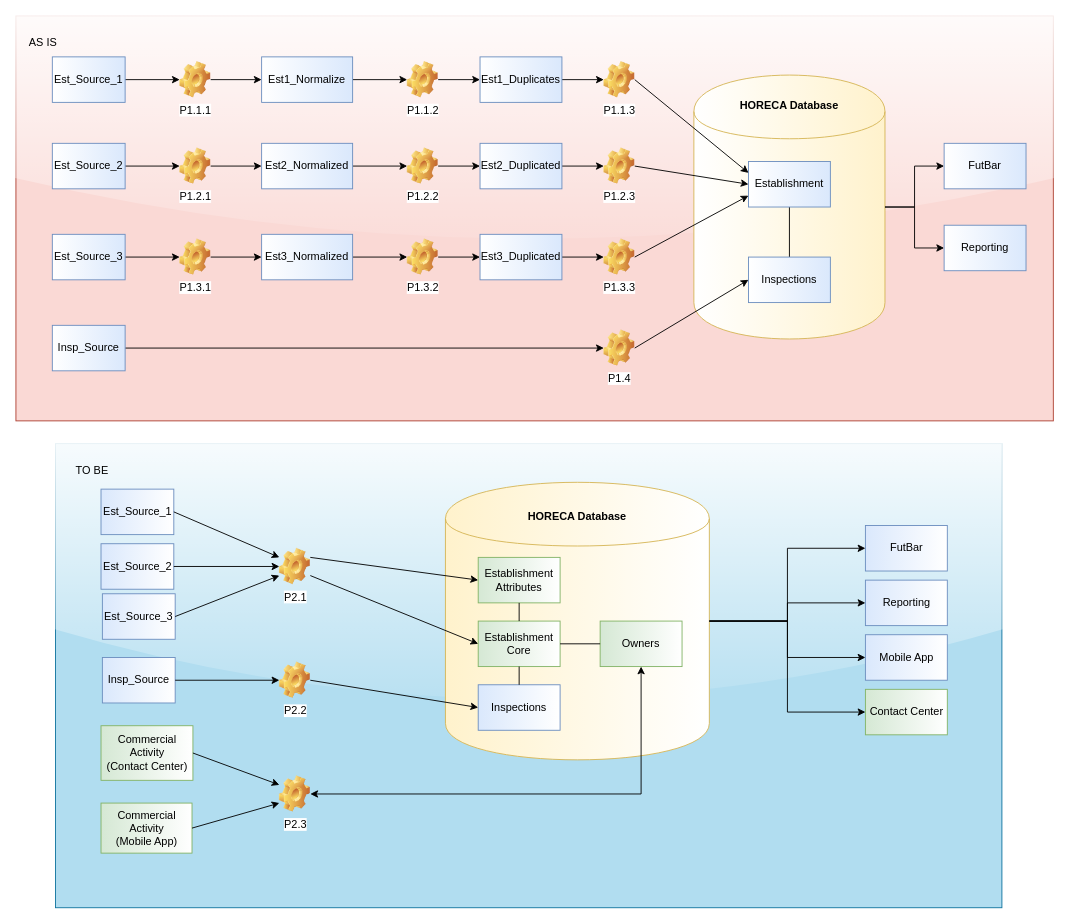
Above: draw.io/LaLiga/HORECA_Data_Flux.drawio in icuefue/draw.io (draw.io), before the change. Source tidied: cells renumbered, new cells numbered last; positions are measured from the earlier drawing's top-left corner, leaving out a move shared by most shapes. Both pictures are drawn from the tidied source at 91%, with x=0, y=0 at pixel (15, 15).
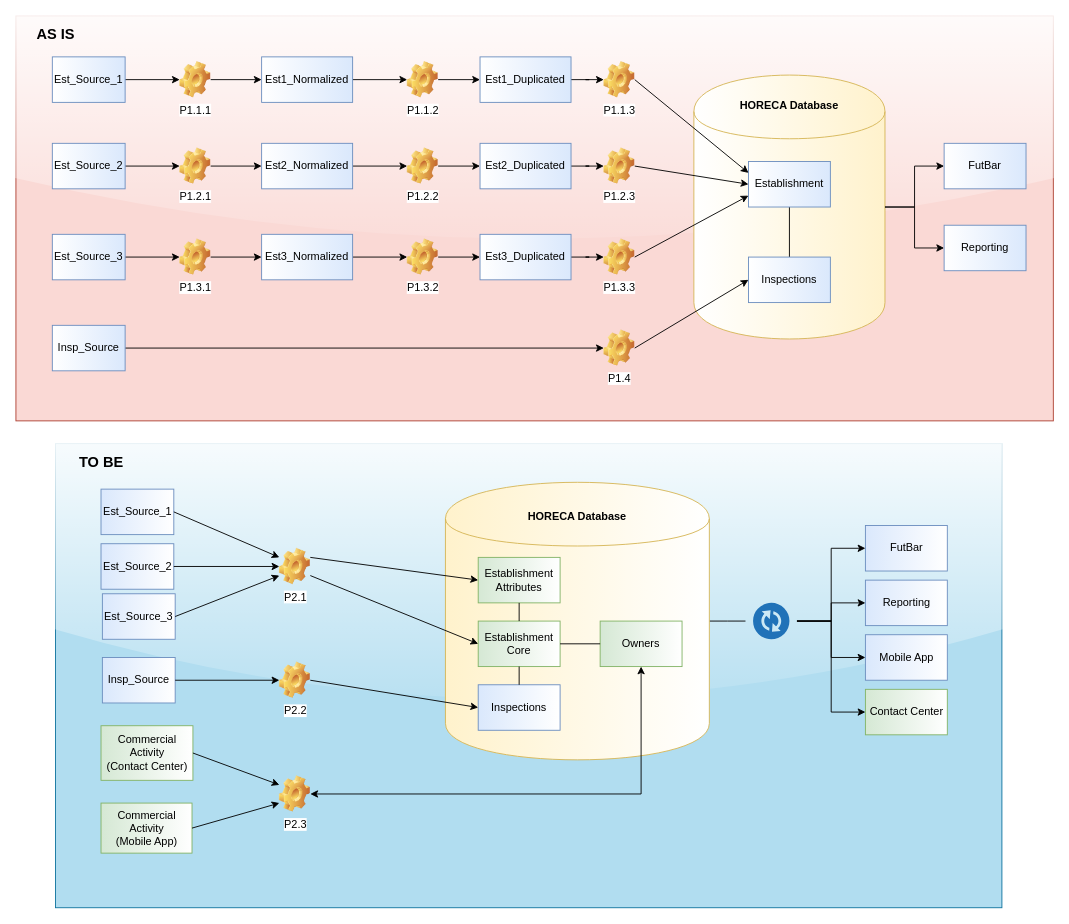
Above is the later version.

Unchanged cells that the change refers to:
```xml
<mxCell id="54" style="group;" parent="1" vertex="1">
  <mxGeometry x="43.5" y="470" width="1040" height="510" as="geometry" />
</mxCell>
<mxCell id="56" style="shape=cylinder;whiteSpace=wrap;html=1;boundedLbl=1;backgroundOutline=1;fillColor=#fff2cc;strokeColor=#d6b656;gradientColor=#ffffff;gradientDirection=east;" parent="54" vertex="1">
  <mxGeometry x="428.5" y="42.5" width="290" height="305" as="geometry" />
</mxCell>
<mxCell id="84" value="FutBar" style="rounded=0;whiteSpace=wrap;html=1;fillColor=#dae8fc;strokeColor=#6c8ebf;gradientColor=#ffffff;gradientDirection=east;" parent="54" vertex="1">
  <mxGeometry x="890" y="90" width="90" height="50" as="geometry" />
</mxCell>
<mxCell id="86" value="Reporting" style="rounded=0;whiteSpace=wrap;html=1;fillColor=#dae8fc;strokeColor=#6c8ebf;gradientColor=#ffffff;gradientDirection=east;" parent="54" vertex="1">
  <mxGeometry x="890" y="150" width="90" height="50" as="geometry" />
</mxCell>
<mxCell id="88" value="Mobile App" style="rounded=0;whiteSpace=wrap;html=1;fillColor=#dae8fc;strokeColor=#6c8ebf;gradientColor=#ffffff;gradientDirection=east;" parent="54" vertex="1">
  <mxGeometry x="890" y="210" width="90" height="50" as="geometry" />
</mxCell>
<mxCell id="90" value="Contact Center" style="rounded=0;whiteSpace=wrap;html=1;fillColor=#d5e8d4;strokeColor=#82b366;gradientColor=#ffffff;gradientDirection=east;" parent="54" vertex="1">
  <mxGeometry x="890" y="270" width="90" height="50" as="geometry" />
</mxCell>
```

Diff of the diagram source:
```diff
@@
-    <mxCell id="15" value="Est1_Normalize" style="rounded=0;whiteSpace=wrap;html=1;fillColor=#dae8fc;strokeColor=#6c8ebf;gradientColor=#ffffff;gradientDirection=west;" parent="1" vertex="1">
+    <mxCell id="15" value="Est1_Normalized" style="rounded=0;whiteSpace=wrap;html=1;fillColor=#dae8fc;strokeColor=#6c8ebf;gradientColor=#ffffff;gradientDirection=west;" parent="1" vertex="1">
       <mxGeometry x="270" y="45" width="100" height="50" as="geometry" />
     </mxCell>
@@
-    <mxCell id="17" value="Est1_Duplicates" style="rounded=0;whiteSpace=wrap;html=1;fillColor=#dae8fc;strokeColor=#6c8ebf;gradientColor=#ffffff;gradientDirection=west;" parent="1" vertex="1">
-      <mxGeometry x="510" y="45" width="90" height="50" as="geometry" />
+    <mxCell id="17" value="Est1_Duplicated" style="rounded=0;whiteSpace=wrap;html=1;fillColor=#dae8fc;strokeColor=#6c8ebf;gradientColor=#ffffff;gradientDirection=west;" parent="1" vertex="1">
+      <mxGeometry x="510" y="45" width="100" height="50" as="geometry" />
     </mxCell>
@@
     <mxCell id="29" value="Est2_Duplicated" style="rounded=0;whiteSpace=wrap;html=1;fillColor=#dae8fc;strokeColor=#6c8ebf;gradientColor=#ffffff;gradientDirection=west;" parent="1" vertex="1">
-      <mxGeometry x="510" y="140" width="90" height="50" as="geometry" />
+      <mxGeometry x="510" y="140" width="100" height="50" as="geometry" />
     </mxCell>
@@
     <mxCell id="39" value="Est3_Duplicated" style="rounded=0;whiteSpace=wrap;html=1;fillColor=#dae8fc;strokeColor=#6c8ebf;gradientColor=#ffffff;gradientDirection=west;" parent="1" vertex="1">
-      <mxGeometry x="510" y="240" width="90" height="50" as="geometry" />
+      <mxGeometry x="510" y="240" width="100" height="50" as="geometry" />
     </mxCell>
@@
-    <mxCell id="49" value="AS IS" style="text;html=1;strokeColor=none;fillColor=none;align=center;verticalAlign=middle;whiteSpace=wrap;rounded=0;" parent="1" vertex="1">
-      <mxGeometry x="10" y="20" width="40" height="20" as="geometry" />
+    <mxCell id="49" value="AS IS" style="text;html=1;strokeColor=none;fillColor=none;align=center;verticalAlign=middle;whiteSpace=wrap;rounded=0;fontSize=16;fontStyle=1;" parent="1" vertex="1">
+      <mxGeometry x="8.5" y="10" width="70" height="20" as="geometry" />
     </mxCell>
@@
+    <mxCell id="93" style="edgeStyle=orthogonalEdgeStyle;rounded=0;jettySize=auto;html=1;exitX=1;exitY=0.5;exitDx=0;exitDy=0;startArrow=none;startFill=0;endArrow=none;endFill=0;fontColor=#000000;" parent="54" edge="1" source="56" target="98">
+      <mxGeometry relative="1" as="geometry" />
+    </mxCell>
@@
-    <mxCell id="57" value="TO BE" style="text;html=1;strokeColor=none;fillColor=none;align=center;verticalAlign=middle;whiteSpace=wrap;rounded=0;" parent="54" vertex="1">
-      <mxGeometry x="20" y="20" width="40" height="20" as="geometry" />
+    <mxCell id="57" value="TO BE" style="text;html=1;strokeColor=none;fillColor=none;align=center;verticalAlign=middle;whiteSpace=wrap;rounded=0;fontSize=16;fontStyle=1;" parent="54" vertex="1">
+      <mxGeometry x="10" y="10" width="80" height="20" as="geometry" />
     </mxCell>
@@
-    <mxCell id="85" style="edgeStyle=orthogonalEdgeStyle;rounded=0;jettySize=auto;html=1;exitX=1;exitY=0.5;exitDx=0;exitDy=0;startArrow=none;startFill=0;endArrow=classic;endFill=1;" parent="54" edge="1" source="56" target="84">
-      <mxGeometry relative="1" as="geometry" />
-    </mxCell>
@@
-    <mxCell id="87" style="edgeStyle=orthogonalEdgeStyle;rounded=0;jettySize=auto;html=1;exitX=1;exitY=0.5;exitDx=0;exitDy=0;startArrow=none;startFill=0;endArrow=classic;endFill=1;" parent="54" edge="1" source="56" target="86">
-      <mxGeometry relative="1" as="geometry" />
-    </mxCell>
@@
-    <mxCell id="89" style="edgeStyle=orthogonalEdgeStyle;rounded=0;jettySize=auto;html=1;exitX=1;exitY=0.5;exitDx=0;exitDy=0;entryX=0;entryY=0.5;entryDx=0;entryDy=0;startArrow=none;startFill=0;endArrow=classic;endFill=1;" parent="54" edge="1" source="56" target="88">
-      <mxGeometry relative="1" as="geometry" />
-    </mxCell>
@@
-    <mxCell id="91" style="edgeStyle=orthogonalEdgeStyle;rounded=0;jettySize=auto;html=1;exitX=1;exitY=0.5;exitDx=0;exitDy=0;entryX=0;entryY=0.5;entryDx=0;entryDy=0;startArrow=none;startFill=0;endArrow=classic;endFill=1;" parent="54" edge="1" source="56" target="90">
-      <mxGeometry relative="1" as="geometry" />
-    </mxCell>
@@
+    <mxCell id="94" style="edgeStyle=orthogonalEdgeStyle;rounded=0;jettySize=auto;html=1;entryX=0;entryY=0.5;entryDx=0;entryDy=0;startArrow=none;startFill=0;endArrow=classic;endFill=1;fontColor=#000000;" parent="54" edge="1" source="98" target="84">
+      <mxGeometry relative="1" as="geometry" />
+    </mxCell>
+    <mxCell id="95" style="edgeStyle=orthogonalEdgeStyle;rounded=0;jettySize=auto;html=1;entryX=0;entryY=0.5;entryDx=0;entryDy=0;startArrow=none;startFill=0;endArrow=classic;endFill=1;fontColor=#000000;" parent="54" edge="1" source="98" target="86">
+      <mxGeometry relative="1" as="geometry" />
+    </mxCell>
+    <mxCell id="96" style="edgeStyle=orthogonalEdgeStyle;rounded=0;jettySize=auto;html=1;entryX=0;entryY=0.5;entryDx=0;entryDy=0;startArrow=none;startFill=0;endArrow=classic;endFill=1;fontColor=#000000;" parent="54" edge="1" source="98" target="88">
+      <mxGeometry relative="1" as="geometry" />
+    </mxCell>
+    <mxCell id="97" style="edgeStyle=orthogonalEdgeStyle;rounded=0;jettySize=auto;html=1;entryX=0;entryY=0.5;entryDx=0;entryDy=0;startArrow=none;startFill=0;endArrow=classic;endFill=1;fontColor=#000000;" parent="54" edge="1" source="98" target="90">
+      <mxGeometry relative="1" as="geometry" />
+    </mxCell>
+    <mxCell id="98" style="shadow=0;dashed=0;html=1;strokeColor=none;fillColor=#505050;labelPosition=center;verticalLabelPosition=bottom;verticalAlign=top;outlineConnect=0;align=center;shape=mxgraph.office.communications.exchange_active_sync;fillColor=#2072B8;rounded=0;glass=1;fontColor=#000000;rotation=45;" parent="54" vertex="1">
+      <mxGeometry x="766.5" y="175" width="40" height="40" as="geometry" />
+    </mxCell>
```
